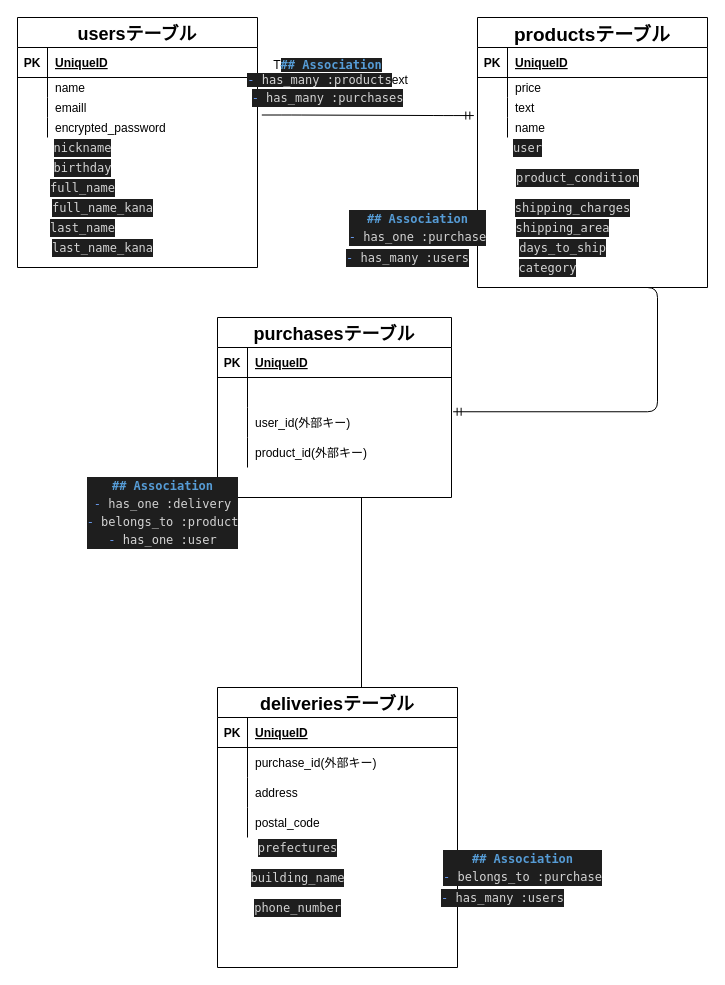
This is test.dio from nanami-deep/furima-34361, a draw.io file, before an edit. Source tidied: cells renumbered, new cells numbered last; positions are measured from the earlier drawing's top-left corner, leaving out a move shared by most shapes. Both pictures are drawn from the tidied source at 100%, with x=0, y=0 at pixel (17, 17).
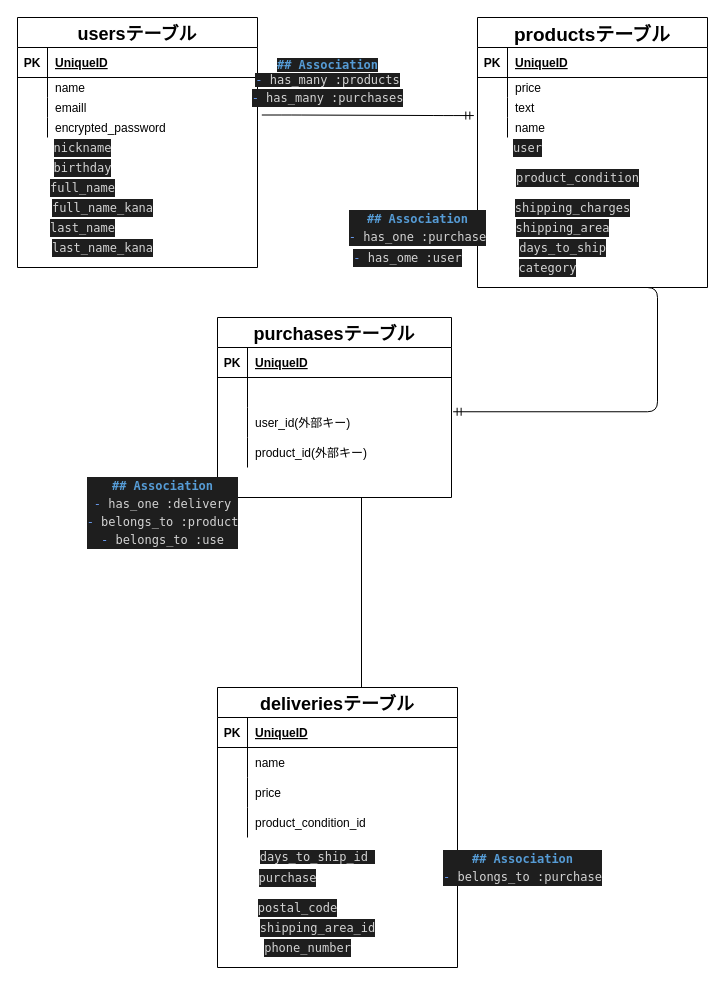
After the change.

Commit message (it also covers changes not shown here):
データベース設計修正5

Unchanged cells that the change refers to:
```xml
<mxCell id="45" style="shape=partialRectangle;fillColor=none;top=0;left=0;bottom=0;right=0;" parent="41" vertex="1">
  <mxGeometry y="60" width="240" height="30" as="geometry" />
</mxCell>
<mxCell id="48" style="shape=partialRectangle;fillColor=none;top=0;left=0;bottom=0;right=0;" parent="41" vertex="1">
  <mxGeometry y="90" width="240" height="30" as="geometry" />
</mxCell>
<mxCell id="51" style="shape=partialRectangle;fillColor=none;top=0;left=0;bottom=0;right=0;" parent="41" vertex="1">
  <mxGeometry y="120" width="240" height="30" as="geometry" />
</mxCell>
```

What changed in the source:
```diff
@@
-    <mxCell id="47" value="purchase_id(外部キー)" style="shape=partialRectangle;fillColor=none;top=0;left=0;bottom=0;right=0;align=left;spacingLeft=6;overflow=hidden;" parent="45" vertex="1">
+    <mxCell id="47" value="name" style="shape=partialRectangle;fillColor=none;top=0;left=0;bottom=0;right=0;align=left;spacingLeft=6;overflow=hidden;" parent="45" vertex="1">
       <mxGeometry x="30" width="210" height="30" as="geometry" />
     </mxCell>
@@
-    <mxCell id="50" value="address " style="shape=partialRectangle;fillColor=none;top=0;left=0;bottom=0;right=0;align=left;spacingLeft=6;overflow=hidden;" parent="48" vertex="1">
+    <mxCell id="50" value="price" style="shape=partialRectangle;fillColor=none;top=0;left=0;bottom=0;right=0;align=left;spacingLeft=6;overflow=hidden;" parent="48" vertex="1">
       <mxGeometry x="30" width="210" height="30" as="geometry" />
     </mxCell>
@@
-    <mxCell id="53" value="postal_code" style="shape=partialRectangle;fillColor=none;top=0;left=0;bottom=0;right=0;align=left;spacingLeft=6;overflow=hidden;" parent="51" vertex="1">
+    <mxCell id="53" value="product_condition_id " style="shape=partialRectangle;fillColor=none;top=0;left=0;bottom=0;right=0;align=left;spacingLeft=6;overflow=hidden;" parent="51" vertex="1">
       <mxGeometry x="30" width="210" height="30" as="geometry" />
     </mxCell>
@@
-    <mxCell id="69" value="&lt;div style=&quot;color: rgb(212 , 212 , 212) ; background-color: rgb(30 , 30 , 30) ; font-family: &amp;#34;menlo&amp;#34; , &amp;#34;monaco&amp;#34; , &amp;#34;courier new&amp;#34; , monospace ; font-size: 12px ; line-height: 18px&quot;&gt;&lt;div style=&quot;font-family: &amp;#34;menlo&amp;#34; , &amp;#34;monaco&amp;#34; , &amp;#34;courier new&amp;#34; , monospace ; line-height: 18px&quot;&gt;prefectures&lt;/div&gt;&lt;/div&gt;" style="text;html=1;align=center;verticalAlign=middle;fontSize=18;" parent="1" vertex="1">
-      <mxGeometry x="235" y="820" width="90" height="20" as="geometry" />
-    </mxCell>
@@
-    <mxCell id="71" value="&lt;div style=&quot;color: rgb(212 , 212 , 212) ; background-color: rgb(30 , 30 , 30) ; font-family: &amp;#34;menlo&amp;#34; , &amp;#34;monaco&amp;#34; , &amp;#34;courier new&amp;#34; , monospace ; font-size: 12px ; line-height: 18px&quot;&gt;&lt;div style=&quot;line-height: 18px&quot;&gt;&lt;div style=&quot;font-family: &amp;#34;menlo&amp;#34; , &amp;#34;monaco&amp;#34; , &amp;#34;courier new&amp;#34; , monospace ; line-height: 18px&quot;&gt;&lt;div style=&quot;font-family: &amp;#34;menlo&amp;#34; , &amp;#34;monaco&amp;#34; , &amp;#34;courier new&amp;#34; , monospace ; line-height: 18px&quot;&gt;building_name&lt;/div&gt;&lt;/div&gt;&lt;/div&gt;&lt;/div&gt;" style="text;html=1;align=center;verticalAlign=middle;fontSize=18;" parent="1" vertex="1">
-      <mxGeometry x="225" y="850" width="110" height="20" as="geometry" />
-    </mxCell>
-    <mxCell id="72" value="&lt;div style=&quot;color: rgb(212 , 212 , 212) ; background-color: rgb(30 , 30 , 30) ; font-family: &amp;#34;menlo&amp;#34; , &amp;#34;monaco&amp;#34; , &amp;#34;courier new&amp;#34; , monospace ; font-size: 12px ; line-height: 18px&quot;&gt;phone_number &lt;/div&gt;" style="text;html=1;align=center;verticalAlign=middle;fontSize=18;" parent="1" vertex="1">
-      <mxGeometry x="230" y="880" width="100" height="20" as="geometry" />
-    </mxCell>
-    <mxCell id="73" value="T&lt;span style=&quot;color: rgb(86 , 156 , 214) ; font-weight: bold ; background-color: rgb(30 , 30 , 30) ; font-family: &amp;#34;menlo&amp;#34; , &amp;#34;monaco&amp;#34; , &amp;#34;courier new&amp;#34; , monospace&quot;&gt;## Association&lt;br&gt;&lt;/span&gt;&lt;span style=&quot;background-color: rgb(30 , 30 , 30) ; font-family: &amp;#34;menlo&amp;#34; , &amp;#34;monaco&amp;#34; , &amp;#34;courier new&amp;#34; , monospace ; color: rgb(103 , 150 , 230)&quot;&gt;-&lt;/span&gt;&lt;span style=&quot;background-color: rgb(30 , 30 , 30) ; color: rgb(212 , 212 , 212) ; font-family: &amp;#34;menlo&amp;#34; , &amp;#34;monaco&amp;#34; , &amp;#34;courier new&amp;#34; , monospace&quot;&gt; has_many :products&lt;/span&gt;ext" style="text;html=1;align=center;verticalAlign=middle;" parent="1" vertex="1">
-      <mxGeometry x="220" y="40" width="180" height="30" as="geometry" />
+    <mxCell id="73" value="&lt;span style=&quot;color: rgb(86 , 156 , 214) ; font-weight: bold ; background-color: rgb(30 , 30 , 30) ; font-family: &amp;#34;menlo&amp;#34; , &amp;#34;monaco&amp;#34; , &amp;#34;courier new&amp;#34; , monospace&quot;&gt;## Association&lt;br&gt;&lt;/span&gt;&lt;span style=&quot;background-color: rgb(30 , 30 , 30) ; font-family: &amp;#34;menlo&amp;#34; , &amp;#34;monaco&amp;#34; , &amp;#34;courier new&amp;#34; , monospace ; color: rgb(103 , 150 , 230)&quot;&gt;-&lt;/span&gt;&lt;span style=&quot;background-color: rgb(30 , 30 , 30) ; color: rgb(212 , 212 , 212) ; font-family: &amp;#34;menlo&amp;#34; , &amp;#34;monaco&amp;#34; , &amp;#34;courier new&amp;#34; , monospace&quot;&gt; has_many :products&lt;/span&gt;" style="text;html=1;align=center;verticalAlign=middle;" parent="1" vertex="1">
+      <mxGeometry x="230" y="40" width="160" height="30" as="geometry" />
     </mxCell>
@@
-    <mxCell id="75" value="&lt;div style=&quot;color: rgb(212 , 212 , 212) ; background-color: rgb(30 , 30 , 30) ; font-family: &amp;#34;menlo&amp;#34; , &amp;#34;monaco&amp;#34; , &amp;#34;courier new&amp;#34; , monospace ; line-height: 18px&quot;&gt;&lt;div&gt;&lt;span style=&quot;color: #569cd6 ; font-weight: bold&quot;&gt;## Association&lt;/span&gt;&lt;/div&gt;&lt;div&gt;&lt;span style=&quot;color: #6796e6&quot;&gt;-&lt;/span&gt; has_one :delivery&lt;/div&gt;&lt;div&gt;&lt;span style=&quot;color: #6796e6&quot;&gt;-&lt;/span&gt; belongs_to :product&lt;/div&gt;&lt;div style=&quot;font-family: &amp;#34;menlo&amp;#34; , &amp;#34;monaco&amp;#34; , &amp;#34;courier new&amp;#34; , monospace ; line-height: 18px&quot;&gt;&lt;div&gt;&lt;span style=&quot;color: #6796e6&quot;&gt;-&lt;/span&gt; has_one :user&lt;/div&gt;&lt;/div&gt;&lt;/div&gt;" style="text;html=1;align=center;verticalAlign=middle;" parent="1" vertex="1">
+    <mxCell id="75" value="&lt;div style=&quot;color: rgb(212 , 212 , 212) ; background-color: rgb(30 , 30 , 30) ; font-family: &amp;#34;menlo&amp;#34; , &amp;#34;monaco&amp;#34; , &amp;#34;courier new&amp;#34; , monospace ; line-height: 18px&quot;&gt;&lt;div&gt;&lt;span style=&quot;color: #569cd6 ; font-weight: bold&quot;&gt;## Association&lt;/span&gt;&lt;/div&gt;&lt;div&gt;&lt;span style=&quot;color: #6796e6&quot;&gt;-&lt;/span&gt; has_one :delivery&lt;/div&gt;&lt;div&gt;&lt;span style=&quot;color: #6796e6&quot;&gt;-&lt;/span&gt; belongs_to :product&lt;/div&gt;&lt;div style=&quot;font-family: &amp;#34;menlo&amp;#34; , &amp;#34;monaco&amp;#34; , &amp;#34;courier new&amp;#34; , monospace ; line-height: 18px&quot;&gt;&lt;div&gt;&lt;span style=&quot;color: #6796e6&quot;&gt;-&lt;/span&gt;&amp;nbsp;belongs_to :use&lt;/div&gt;&lt;/div&gt;&lt;/div&gt;" style="text;html=1;align=center;verticalAlign=middle;" parent="1" vertex="1">
       <mxGeometry x="60" y="460" width="170" height="70" as="geometry" />
     </mxCell>
@@
-    <mxCell id="78" value="&lt;div style=&quot;color: rgb(212 , 212 , 212) ; background-color: rgb(30 , 30 , 30) ; font-family: &amp;#34;menlo&amp;#34; , &amp;#34;monaco&amp;#34; , &amp;#34;courier new&amp;#34; , monospace ; line-height: 18px&quot;&gt;&lt;span style=&quot;color: #6796e6&quot;&gt;-&lt;/span&gt; has_many :users&lt;/div&gt;" style="text;html=1;align=center;verticalAlign=middle;" parent="1" vertex="1">
-      <mxGeometry x="415" y="870" width="140" height="20" as="geometry" />
-    </mxCell>
-    <mxCell id="79" value="&lt;div style=&quot;color: rgb(212 , 212 , 212) ; background-color: rgb(30 , 30 , 30) ; font-family: &amp;#34;menlo&amp;#34; , &amp;#34;monaco&amp;#34; , &amp;#34;courier new&amp;#34; , monospace ; line-height: 18px&quot;&gt;&lt;span style=&quot;color: #6796e6&quot;&gt;-&lt;/span&gt; has_many :users&lt;/div&gt;" style="text;html=1;align=center;verticalAlign=middle;" parent="1" vertex="1">
-      <mxGeometry x="320" y="230" width="140" height="20" as="geometry" />
+    <mxCell id="79" value="&lt;div style=&quot;color: rgb(212 , 212 , 212) ; background-color: rgb(30 , 30 , 30) ; font-family: &amp;#34;menlo&amp;#34; , &amp;#34;monaco&amp;#34; , &amp;#34;courier new&amp;#34; , monospace ; line-height: 18px&quot;&gt;&lt;span style=&quot;color: #6796e6&quot;&gt;-&lt;/span&gt; has_ome :user&lt;/div&gt;" style="text;html=1;align=center;verticalAlign=middle;" parent="1" vertex="1">
+      <mxGeometry x="330" y="230" width="120" height="20" as="geometry" />
     </mxCell>
+    <mxCell id="80" value="&lt;span style=&quot;background-color: rgb(30 , 30 , 30) ; color: rgb(212 , 212 , 212) ; font-family: &amp;#34;menlo&amp;#34; , &amp;#34;monaco&amp;#34; , &amp;#34;courier new&amp;#34; , monospace&quot;&gt;days_to_ship_id&amp;nbsp;&lt;/span&gt;" style="text;html=1;align=center;verticalAlign=middle;" parent="1" vertex="1">
+      <mxGeometry x="235" y="830" width="130" height="20" as="geometry" />
+    </mxCell>
+    <mxCell id="81" value="&lt;div style=&quot;color: rgb(212 , 212 , 212) ; background-color: rgb(30 , 30 , 30) ; font-family: &amp;#34;menlo&amp;#34; , &amp;#34;monaco&amp;#34; , &amp;#34;courier new&amp;#34; , monospace ; line-height: 18px&quot;&gt;purchase&lt;/div&gt;" style="text;html=1;align=center;verticalAlign=middle;" parent="1" vertex="1">
+      <mxGeometry x="235" y="850" width="70" height="20" as="geometry" />
+    </mxCell>
+    <mxCell id="82" value="&lt;div style=&quot;color: rgb(212 , 212 , 212) ; background-color: rgb(30 , 30 , 30) ; font-family: &amp;#34;menlo&amp;#34; , &amp;#34;monaco&amp;#34; , &amp;#34;courier new&amp;#34; , monospace ; line-height: 18px&quot;&gt;postal_code &lt;/div&gt;" style="text;html=1;align=center;verticalAlign=middle;" parent="1" vertex="1">
+      <mxGeometry x="235" y="880" width="90" height="20" as="geometry" />
+    </mxCell>
+    <mxCell id="83" value="&lt;div style=&quot;color: rgb(212 , 212 , 212) ; background-color: rgb(30 , 30 , 30) ; font-family: &amp;#34;menlo&amp;#34; , &amp;#34;monaco&amp;#34; , &amp;#34;courier new&amp;#34; , monospace ; line-height: 18px&quot;&gt;shipping_area_id &lt;/div&gt;" style="text;html=1;align=center;verticalAlign=middle;" parent="1" vertex="1">
+      <mxGeometry x="235" y="900" width="130" height="20" as="geometry" />
+    </mxCell>
+    <mxCell id="72" value="&lt;div style=&quot;color: rgb(212 , 212 , 212) ; background-color: rgb(30 , 30 , 30) ; font-family: &amp;#34;menlo&amp;#34; , &amp;#34;monaco&amp;#34; , &amp;#34;courier new&amp;#34; , monospace ; line-height: 18px&quot;&gt;phone_number &lt;/div&gt;" style="text;html=1;align=center;verticalAlign=middle;" parent="1" vertex="1">
+      <mxGeometry x="240" y="920" width="100" height="20" as="geometry" />
+    </mxCell>
```
